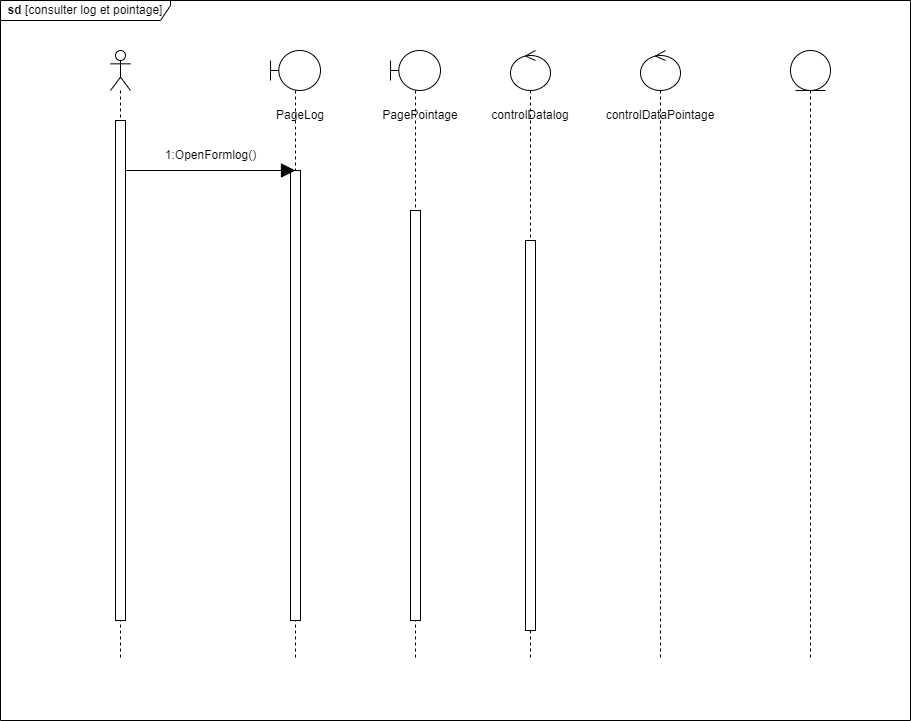
The draw.io diagram static/Diagramme des séquences conceptuel  log et pointage .drawio.png in Siluearsene/borne_biometrique, before a commit. Source tidied: cells renumbered, new cells last; positions are measured from the earlier drawing's top-left corner, leaving out a move shared by most shapes.
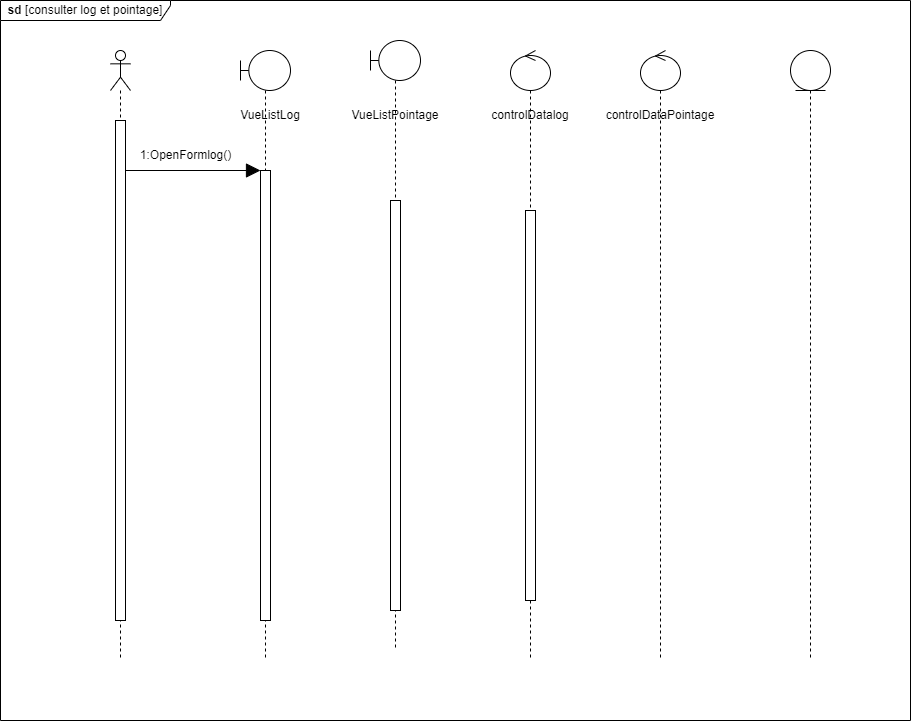
After the change.

Commit message:
Mettre à jour Diagramme des séquences conceptuel  log et pointage .drawio.png

Diff of the diagram source:
```diff
@@ -3,7 +3,7 @@
     <mxCell id="0" />
     <mxCell id="1" parent="0" />
     <mxCell id="2" style="shape=umlLifeline;perimeter=lifelinePerimeter;whiteSpace=wrap;html=1;newEdgeStyle={&quot;edgeStyle&quot;:&quot;elbowEdgeStyle&quot;,&quot;elbow&quot;:&quot;vertical&quot;,&quot;curved&quot;:0,&quot;rounded&quot;:0};participant=umlBoundary;size=40;" parent="1" vertex="1">
-      <mxGeometry x="270" y="50" width="50" height="610" as="geometry" />
+      <mxGeometry x="240" y="50" width="50" height="610" as="geometry" />
     </mxCell>
     <mxCell id="3" style="html=1;perimeter=orthogonalPerimeter;targetShapes=umlLifeline;newEdgeStyle={&quot;edgeStyle&quot;:&quot;elbowEdgeStyle&quot;,&quot;elbow&quot;:&quot;vertical&quot;,&quot;curved&quot;:0,&quot;rounded&quot;:0};" parent="2" vertex="1">
       <mxGeometry x="20" y="120" width="10" height="450" as="geometry" />
@@ -25,32 +25,32 @@
     </mxCell>
     <mxCell id="9" style="endArrow=block;endFill=1;endSize=12;html=1;rounded=0;" parent="1" edge="1" source="6">
       <mxGeometry relative="1" as="geometry">
-        <mxPoint x="295" y="170" as="targetPoint" />
+        <mxPoint x="260" y="170" as="targetPoint" />
       </mxGeometry>
     </mxCell>
     <mxCell id="10" value="1:OpenFormlog()" style="text;html=1;align=center;verticalAlign=middle;strokeColor=none;fillColor=none;" parent="1" vertex="1">
-      <mxGeometry x="155" y="140" width="110" height="30" as="geometry" />
+      <mxGeometry x="130" y="140" width="110" height="30" as="geometry" />
     </mxCell>
     <mxCell id="11" value="&lt;b&gt;sd&lt;/b&gt; [consulter log et pointage]" style="shape=umlFrame;whiteSpace=wrap;html=1;width=170;height=20;" parent="1" vertex="1">
       <mxGeometry width="910" height="720" as="geometry" />
     </mxCell>
-    <mxCell id="12" value="PageLog" style="text;html=1;strokeColor=none;fillColor=none;align=center;verticalAlign=middle;whiteSpace=wrap;rounded=0;" parent="1" vertex="1">
-      <mxGeometry x="270" y="100" width="60" height="30" as="geometry" />
+    <mxCell id="12" value="VueListLog" style="text;html=1;strokeColor=none;fillColor=none;align=center;verticalAlign=middle;whiteSpace=wrap;rounded=0;" parent="1" vertex="1">
+      <mxGeometry x="240" y="100" width="60" height="30" as="geometry" />
     </mxCell>
     <mxCell id="13" style="shape=umlLifeline;perimeter=lifelinePerimeter;whiteSpace=wrap;html=1;newEdgeStyle={&quot;edgeStyle&quot;:&quot;elbowEdgeStyle&quot;,&quot;elbow&quot;:&quot;vertical&quot;,&quot;curved&quot;:0,&quot;rounded&quot;:0};participant=umlBoundary;size=40;" parent="1" vertex="1">
-      <mxGeometry x="390" y="50" width="50" height="610" as="geometry" />
+      <mxGeometry x="370" y="40" width="50" height="610" as="geometry" />
     </mxCell>
     <mxCell id="14" style="html=1;perimeter=orthogonalPerimeter;targetShapes=umlLifeline;newEdgeStyle={&quot;edgeStyle&quot;:&quot;elbowEdgeStyle&quot;,&quot;elbow&quot;:&quot;vertical&quot;,&quot;curved&quot;:0,&quot;rounded&quot;:0};" parent="13" vertex="1">
       <mxGeometry x="20" y="160" width="10" height="410" as="geometry" />
     </mxCell>
-    <mxCell id="15" value="PagePointage" style="text;html=1;strokeColor=none;fillColor=none;align=center;verticalAlign=middle;whiteSpace=wrap;rounded=0;" parent="1" vertex="1">
-      <mxGeometry x="390" y="100" width="60" height="30" as="geometry" />
+    <mxCell id="15" value="VueListPointage" style="text;html=1;strokeColor=none;fillColor=none;align=center;verticalAlign=middle;whiteSpace=wrap;rounded=0;" parent="1" vertex="1">
+      <mxGeometry x="365" y="100" width="60" height="30" as="geometry" />
     </mxCell>
     <mxCell id="16" value="controlDatalog" style="text;html=1;strokeColor=none;fillColor=none;align=center;verticalAlign=middle;whiteSpace=wrap;rounded=0;" parent="1" vertex="1">
       <mxGeometry x="500" y="100" width="60" height="30" as="geometry" />
     </mxCell>
     <mxCell id="17" style="html=1;perimeter=orthogonalPerimeter;targetShapes=umlLifeline;newEdgeStyle={&quot;edgeStyle&quot;:&quot;elbowEdgeStyle&quot;,&quot;elbow&quot;:&quot;vertical&quot;,&quot;curved&quot;:0,&quot;rounded&quot;:0};" parent="1" vertex="1">
-      <mxGeometry x="525" y="240" width="10" height="390" as="geometry" />
+      <mxGeometry x="525" y="210" width="10" height="390" as="geometry" />
     </mxCell>
     <mxCell id="18" value="controlDataPointage" style="text;html=1;strokeColor=none;fillColor=none;align=center;verticalAlign=middle;whiteSpace=wrap;rounded=0;" parent="1" vertex="1">
       <mxGeometry x="630" y="100" width="60" height="30" as="geometry" />
```
